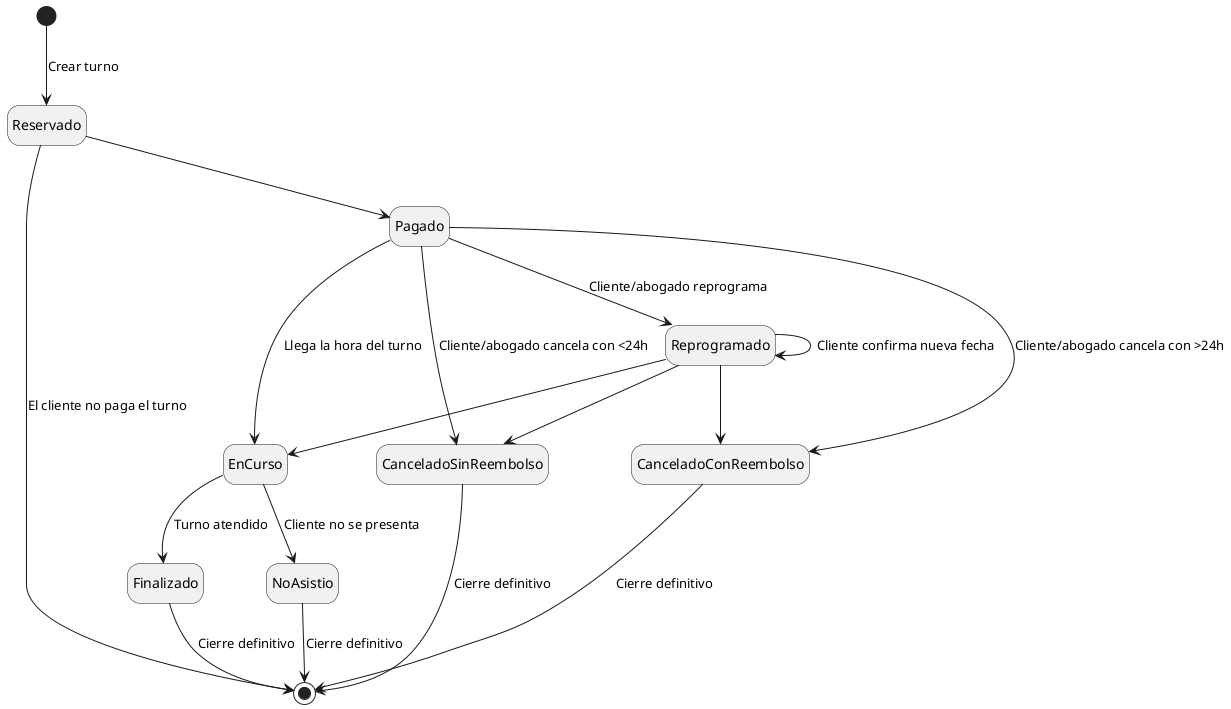
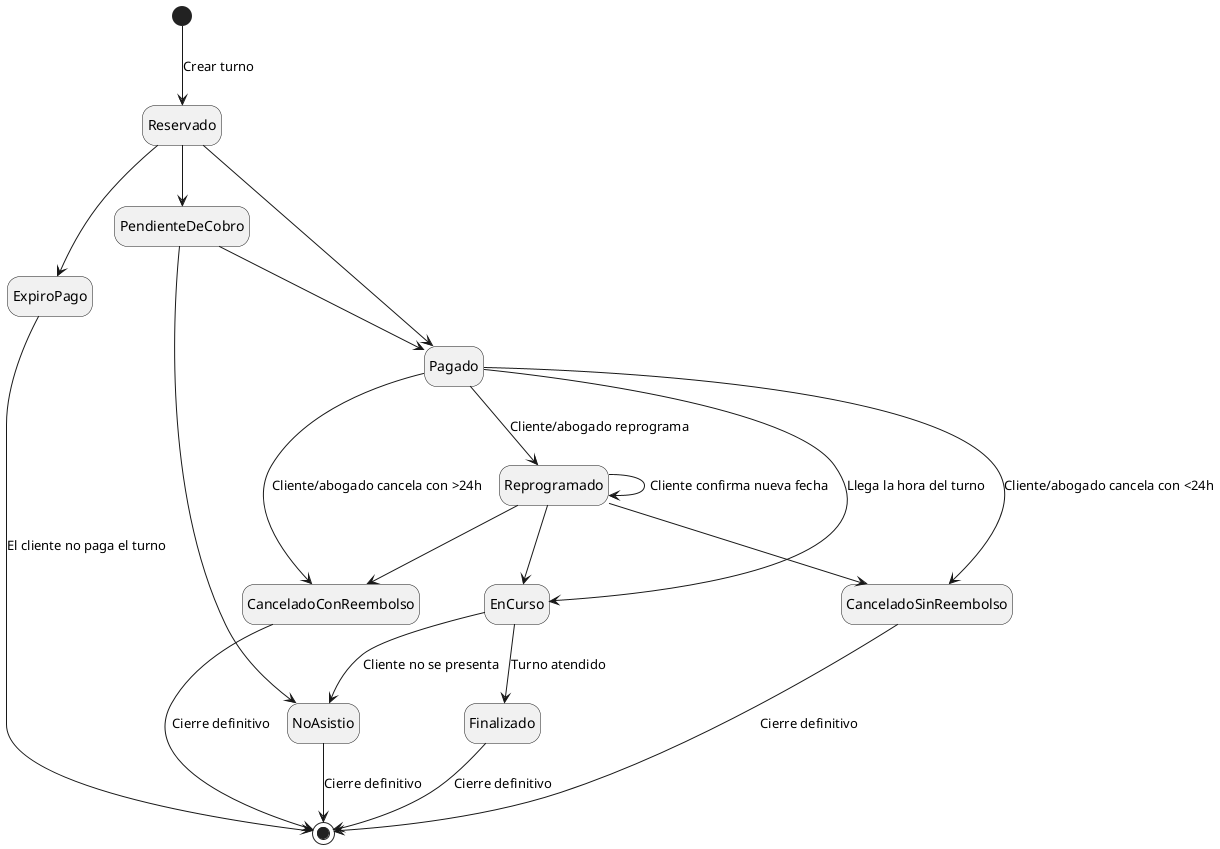
@startuml CicloEstadosTurno
hide empty description

[*] --> Reservado : Crear turno
+ Reservado --> ExpiroPago
+ ExpiroPago --> [*]: El cliente no paga el turno
+ Reservado --> PendienteDeCobro
+ Reservado --> Pagado

- Reservado --> [*]: El cliente no paga el turno
- Reservado --> Pagado
+ PendienteDeCobro --> Pagado
+ PendienteDeCobro --> NoAsistio

Pagado --> EnCurso : Llega la hora del turno
Pagado --> CanceladoConReembolso : Cliente/abogado cancela con >24h
Pagado --> CanceladoSinReembolso : Cliente/abogado cancela con <24h
Pagado --> Reprogramado : Cliente/abogado reprograma

EnCurso --> Finalizado : Turno atendido
EnCurso --> NoAsistio : Cliente no se presenta

Reprogramado --> Reprogramado : Cliente confirma nueva fecha
Reprogramado --> CanceladoConReembolso
Reprogramado --> CanceladoSinReembolso
Reprogramado --> EnCurso

CanceladoConReembolso --> [*] : Cierre definitivo
CanceladoSinReembolso --> [*] : Cierre definitivo
NoAsistio --> [*] : Cierre definitivo
Finalizado --> [*] : Cierre definitivo

@enduml